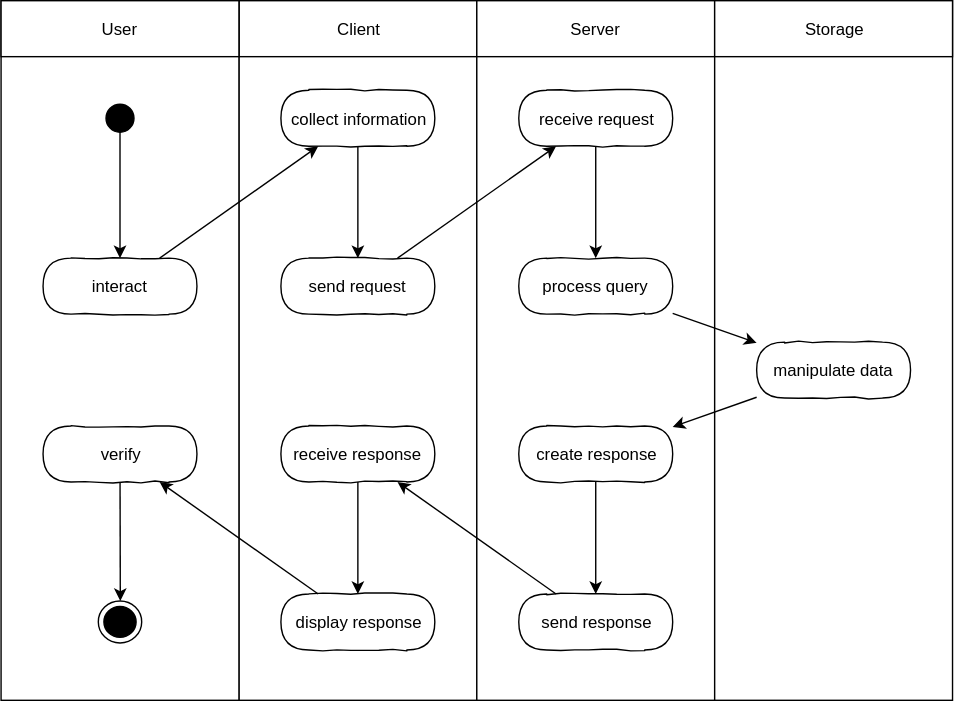
The draw.io diagram L06_DatabaseServer/Material/Activity.svg in JirkaDellOro/EIA2-Inverted, before a commit. Source tidied: cells renumbered, new cells last; positions are measured from the earlier drawing's top-left corner, leaving out a move shared by most shapes.
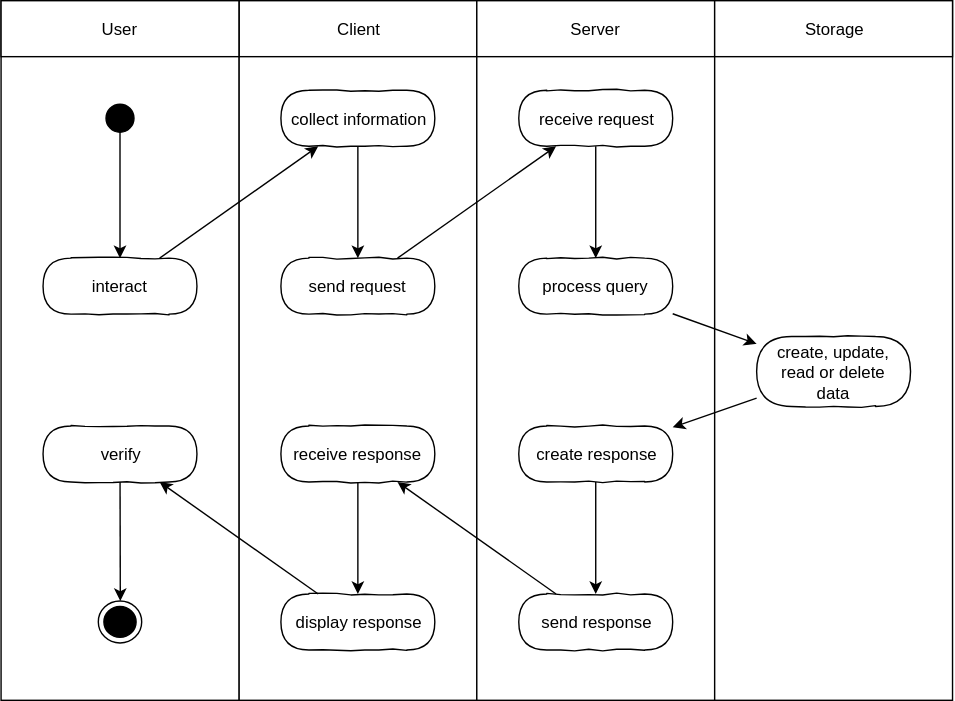
The same diagram one commit later.

The edit, as a diff of the source:
```diff
@@ -78,8 +78,8 @@
     <mxCell id="25" value="Storage" style="rounded=0;whiteSpace=wrap;html=1;" parent="23" vertex="1">
       <mxGeometry width="170" height="40" as="geometry" />
     </mxCell>
-    <mxCell id="26" value="manipulate data" style="rounded=1;whiteSpace=wrap;html=1;absoluteArcSize=1;arcSize=50;strokeWidth=1;shadow=0;comic=1;align=center;" parent="23" vertex="1">
-      <mxGeometry x="30" y="244" width="110" height="40" as="geometry" />
+    <mxCell id="26" value="create, update, read or delete &lt;br&gt;data" style="rounded=1;whiteSpace=wrap;html=1;absoluteArcSize=1;arcSize=50;strokeWidth=1;shadow=0;comic=1;align=center;" parent="23" vertex="1">
+      <mxGeometry x="30" y="240" width="110" height="50" as="geometry" />
     </mxCell>
     <mxCell id="27" style="group;" parent="4" vertex="1">
       <mxGeometry width="170" height="500" as="geometry" />
```
